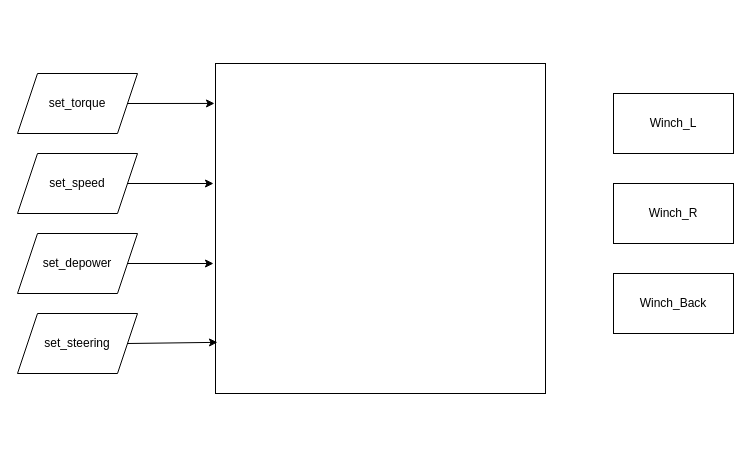
This is docs/MultiWinchControl.drawio from OpenSourceAWE/WinchControllers.jl, a draw.io file, before an edit. Source tidied: cells renumbered, new cells numbered last; positions are measured from the earlier drawing's top-left corner, leaving out a move shared by most shapes. Both pictures are drawn from the tidied source at 100%, with x=0, y=0 at pixel (17, 63).
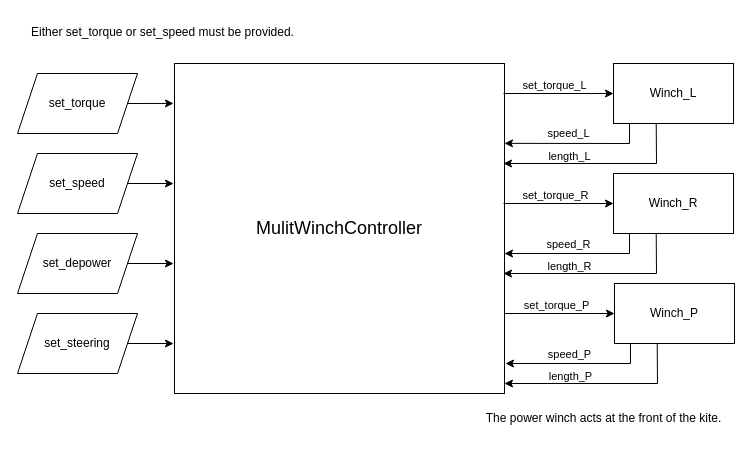
After the change.

The change refers to these unchanged cells:
```xml
<mxCell id="4" value="set_speed" style="shape=parallelogram;perimeter=parallelogramPerimeter;whiteSpace=wrap;html=1;fixedSize=1;" parent="1" vertex="1">
  <mxGeometry y="90" width="120" height="60" as="geometry" />
</mxCell>
<mxCell id="7" value="set_depower" style="shape=parallelogram;perimeter=parallelogramPerimeter;whiteSpace=wrap;html=1;fixedSize=1;" parent="1" vertex="1">
  <mxGeometry y="170" width="120" height="60" as="geometry" />
</mxCell>
<mxCell id="8" value="set_steering" style="shape=parallelogram;perimeter=parallelogramPerimeter;whiteSpace=wrap;html=1;fixedSize=1;" parent="1" vertex="1">
  <mxGeometry y="250" width="120" height="60" as="geometry" />
</mxCell>
```

What changed in the source:
```diff
@@
-    <mxCell id="2" style="whiteSpace=wrap;html=1;" parent="1" vertex="1">
-      <mxGeometry x="198" width="330" height="330" as="geometry" />
+    <mxCell id="2" value="&lt;font style=&quot;font-size: 18px;&quot;&gt;MulitWinchController&lt;/font&gt;" style="whiteSpace=wrap;html=1;" parent="1" vertex="1">
+      <mxGeometry x="157" width="330" height="330" as="geometry" />
     </mxCell>
@@
     <mxCell id="6" style="endArrow=classic;html=1;rounded=0;exitX=1;exitY=0.5;exitDx=0;exitDy=0;" parent="1" edge="1" source="4">
       <mxGeometry relative="1" as="geometry">
-        <mxPoint x="196" y="120" as="targetPoint" />
+        <mxPoint x="156" y="120" as="targetPoint" />
       </mxGeometry>
     </mxCell>
@@
     <mxCell id="9" style="endArrow=classic;html=1;rounded=0;exitX=1;exitY=0.5;exitDx=0;exitDy=0;" parent="1" edge="1" source="7">
       <mxGeometry relative="1" as="geometry">
-        <mxPoint x="196" y="200" as="targetPoint" />
+        <mxPoint x="156" y="200" as="targetPoint" />
       </mxGeometry>
     </mxCell>
-    <mxCell id="10" style="endArrow=classic;html=1;rounded=0;exitX=1;exitY=0.5;exitDx=0;exitDy=0;entryX=0.006;entryY=0.845;entryDx=0;entryDy=0;entryPerimeter=0;" parent="1" edge="1" source="8" target="2">
-      <mxGeometry relative="1" as="geometry" />
+    <mxCell id="10" style="endArrow=classic;html=1;rounded=0;exitX=1;exitY=0.5;exitDx=0;exitDy=0;" parent="1" edge="1" source="8">
+      <mxGeometry relative="1" as="geometry">
+        <mxPoint x="156" y="280" as="targetPoint" />
+      </mxGeometry>
     </mxCell>
-    <mxCell id="11" value="Winch_Back" style="rounded=0;whiteSpace=wrap;html=1;" parent="1" vertex="1">
-      <mxGeometry x="596" y="210" width="120" height="60" as="geometry" />
-    </mxCell>
+    <mxCell id="13" value="Winch_L" style="rounded=0;whiteSpace=wrap;html=1;" parent="1" vertex="1">
+      <mxGeometry x="596" width="120" height="60" as="geometry" />
+    </mxCell>
+    <mxCell id="14" style="endArrow=classic;html=1;rounded=0;entryX=0;entryY=0.5;entryDx=0;entryDy=0;exitX=0.997;exitY=0.091;exitDx=0;exitDy=0;exitPerimeter=0;" parent="1" edge="1" source="2" target="13">
+      <mxGeometry relative="1" as="geometry" />
+    </mxCell>
+    <mxCell id="15" value="set_torque_L" style="edgeLabel;html=1;align=center;verticalAlign=middle;" parent="14" vertex="1">
+      <mxGeometry x="-0.3" y="2" relative="1" as="geometry">
+        <mxPoint x="12" y="-7" as="offset" />
+      </mxGeometry>
+    </mxCell>
+    <mxCell id="16" style="endArrow=classic;html=1;rounded=0;entryX=1;entryY=0.242;entryDx=0;entryDy=0;entryPerimeter=0;" parent="1" edge="1" target="2">
+      <mxGeometry relative="1" as="geometry">
+        <mxPoint x="612" y="70" as="sourcePoint" />
+        <Array as="points">
+          <mxPoint x="612" y="60" />
+          <mxPoint x="612" y="70" />
+          <mxPoint x="612" y="80" />
+        </Array>
+      </mxGeometry>
+    </mxCell>
+    <mxCell id="17" value="speed_L" style="edgeLabel;html=1;align=center;verticalAlign=middle;" parent="16" vertex="1">
+      <mxGeometry x="0.15" y="-1" relative="1" as="geometry">
+        <mxPoint x="-3" y="-9" as="offset" />
+      </mxGeometry>
+    </mxCell>
+    <mxCell id="18" style="endArrow=classic;html=1;rounded=0;exitX=0.356;exitY=1;exitDx=0;exitDy=0;exitPerimeter=0;" parent="1" edge="1" source="13">
+      <mxGeometry relative="1" as="geometry">
+        <mxPoint x="486" y="100" as="targetPoint" />
+        <Array as="points">
+          <mxPoint x="639" y="100" />
+        </Array>
+      </mxGeometry>
+    </mxCell>
+    <mxCell id="19" value="length_L" style="edgeLabel;html=1;align=center;verticalAlign=middle;" parent="18" vertex="1">
+      <mxGeometry x="0.33" y="2" relative="1" as="geometry">
+        <mxPoint y="-10" as="offset" />
+      </mxGeometry>
+    </mxCell>
     <mxCell id="12" value="Winch_R" style="rounded=0;whiteSpace=wrap;html=1;" parent="1" vertex="1">
-      <mxGeometry x="596" y="120" width="120" height="60" as="geometry" />
+      <mxGeometry x="596" y="110" width="120" height="60" as="geometry" />
     </mxCell>
-    <mxCell id="13" value="Winch_L" style="rounded=0;whiteSpace=wrap;html=1;" parent="1" vertex="1">
-      <mxGeometry x="596" y="30" width="120" height="60" as="geometry" />
-    </mxCell>
+    <mxCell id="20" style="endArrow=classic;html=1;rounded=0;entryX=0;entryY=0.5;entryDx=0;entryDy=0;exitX=0.997;exitY=0.091;exitDx=0;exitDy=0;exitPerimeter=0;" parent="1" edge="1" target="12">
+      <mxGeometry relative="1" as="geometry">
+        <mxPoint x="486" y="140" as="sourcePoint" />
+      </mxGeometry>
+    </mxCell>
+    <mxCell id="21" value="set_torque_R" style="edgeLabel;html=1;align=center;verticalAlign=middle;" parent="20" vertex="1">
+      <mxGeometry x="-0.3" y="2" relative="1" as="geometry">
+        <mxPoint x="12" y="-7" as="offset" />
+      </mxGeometry>
+    </mxCell>
+    <mxCell id="22" style="endArrow=classic;html=1;rounded=0;entryX=1;entryY=0.242;entryDx=0;entryDy=0;entryPerimeter=0;" parent="1" edge="1">
+      <mxGeometry relative="1" as="geometry">
+        <mxPoint x="612" y="180" as="sourcePoint" />
+        <mxPoint x="487" y="190" as="targetPoint" />
+        <Array as="points">
+          <mxPoint x="612" y="170" />
+          <mxPoint x="612" y="180" />
+          <mxPoint x="612" y="190" />
+        </Array>
+      </mxGeometry>
+    </mxCell>
+    <mxCell id="23" value="speed_R" style="edgeLabel;html=1;align=center;verticalAlign=middle;" parent="22" vertex="1">
+      <mxGeometry x="0.15" y="-1" relative="1" as="geometry">
+        <mxPoint x="-3" y="-9" as="offset" />
+      </mxGeometry>
+    </mxCell>
+    <mxCell id="24" style="endArrow=classic;html=1;rounded=0;exitX=0.356;exitY=1;exitDx=0;exitDy=0;exitPerimeter=0;" parent="1" edge="1" source="12">
+      <mxGeometry relative="1" as="geometry">
+        <mxPoint x="486" y="210" as="targetPoint" />
+        <Array as="points">
+          <mxPoint x="639" y="210" />
+        </Array>
+      </mxGeometry>
+    </mxCell>
+    <mxCell id="25" value="length_R" style="edgeLabel;html=1;align=center;verticalAlign=middle;" parent="24" vertex="1">
+      <mxGeometry x="0.33" y="2" relative="1" as="geometry">
+        <mxPoint y="-10" as="offset" />
+      </mxGeometry>
+    </mxCell>
+    <mxCell id="26" value="Winch_P" style="rounded=0;whiteSpace=wrap;html=1;" parent="1" vertex="1">
+      <mxGeometry x="597" y="220" width="120" height="60" as="geometry" />
+    </mxCell>
+    <mxCell id="27" style="endArrow=classic;html=1;rounded=0;entryX=0;entryY=0.5;entryDx=0;entryDy=0;exitX=0.997;exitY=0.091;exitDx=0;exitDy=0;exitPerimeter=0;" parent="1" edge="1" target="26">
+      <mxGeometry relative="1" as="geometry">
+        <mxPoint x="487" y="250" as="sourcePoint" />
+      </mxGeometry>
+    </mxCell>
+    <mxCell id="28" value="set_torque_P" style="edgeLabel;html=1;align=center;verticalAlign=middle;" parent="27" vertex="1">
+      <mxGeometry x="-0.3" y="2" relative="1" as="geometry">
+        <mxPoint x="12" y="-7" as="offset" />
+      </mxGeometry>
+    </mxCell>
+    <mxCell id="29" style="endArrow=classic;html=1;rounded=0;entryX=1;entryY=0.242;entryDx=0;entryDy=0;entryPerimeter=0;" parent="1" edge="1">
+      <mxGeometry relative="1" as="geometry">
+        <mxPoint x="613" y="290" as="sourcePoint" />
+        <mxPoint x="488" y="300" as="targetPoint" />
+        <Array as="points">
+          <mxPoint x="613" y="280" />
+          <mxPoint x="613" y="290" />
+          <mxPoint x="613" y="300" />
+        </Array>
+      </mxGeometry>
+    </mxCell>
+    <mxCell id="30" value="speed_P" style="edgeLabel;html=1;align=center;verticalAlign=middle;" parent="29" vertex="1">
+      <mxGeometry x="0.15" y="-1" relative="1" as="geometry">
+        <mxPoint x="-3" y="-9" as="offset" />
+      </mxGeometry>
+    </mxCell>
+    <mxCell id="31" style="endArrow=classic;html=1;rounded=0;exitX=0.356;exitY=1;exitDx=0;exitDy=0;exitPerimeter=0;" parent="1" edge="1" source="26">
+      <mxGeometry relative="1" as="geometry">
+        <mxPoint x="487" y="320" as="targetPoint" />
+        <Array as="points">
+          <mxPoint x="640" y="320" />
+        </Array>
+      </mxGeometry>
+    </mxCell>
+    <mxCell id="32" value="length_P" style="edgeLabel;html=1;align=center;verticalAlign=middle;" parent="31" vertex="1">
+      <mxGeometry x="0.33" y="2" relative="1" as="geometry">
+        <mxPoint y="-10" as="offset" />
+      </mxGeometry>
+    </mxCell>
+    <mxCell id="33" value="Either set_torque or set_speed must be provided." style="text;html=1;align=center;verticalAlign=middle;strokeColor=none;fillColor=none;" parent="1" vertex="1">
+      <mxGeometry y="-46" width="290" height="30" as="geometry" />
+    </mxCell>
+    <mxCell id="34" value="The power winch acts at the front of the kite." style="text;html=1;align=center;verticalAlign=middle;strokeColor=none;fillColor=none;" parent="1" vertex="1">
+      <mxGeometry x="456" y="340" width="260" height="30" as="geometry" />
+    </mxCell>
```
